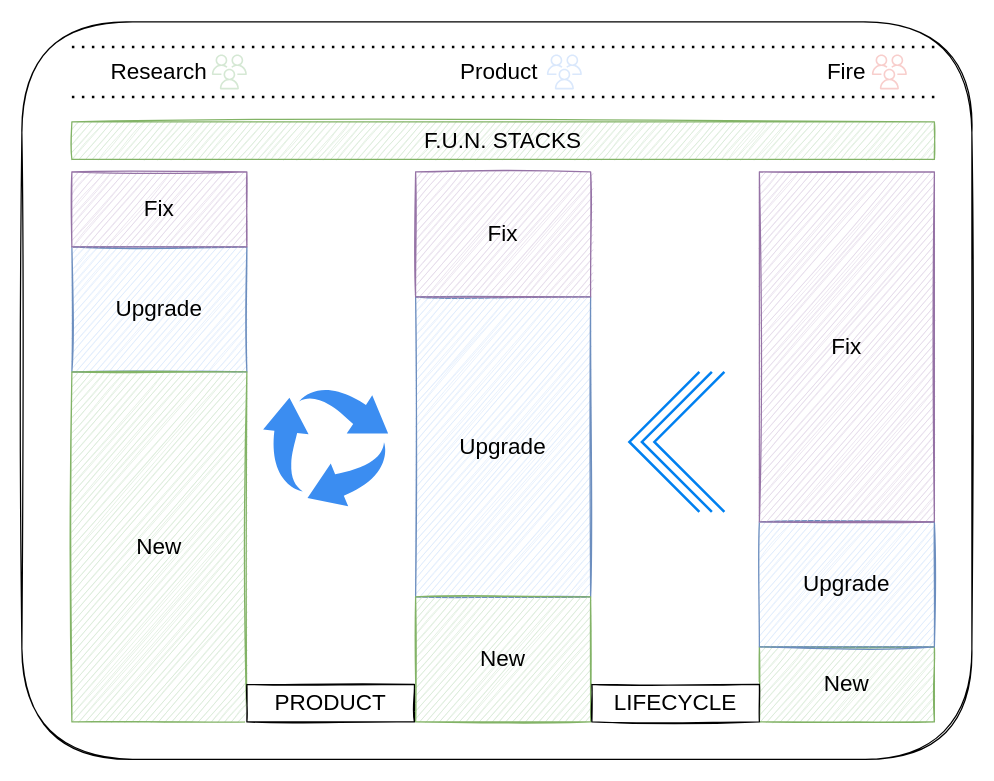
This is page "funplan" (2 of 5) of images/racexp.drawio from nirv-ai/racexp, a draw.io file, before an edit. Source tidied: cells renumbered, new cells numbered last; positions are measured from the earlier drawing's top-left corner, leaving out a move shared by most shapes. Both pictures are drawn from the tidied source at 125%, with x=0, y=0 at pixel (21, 21).
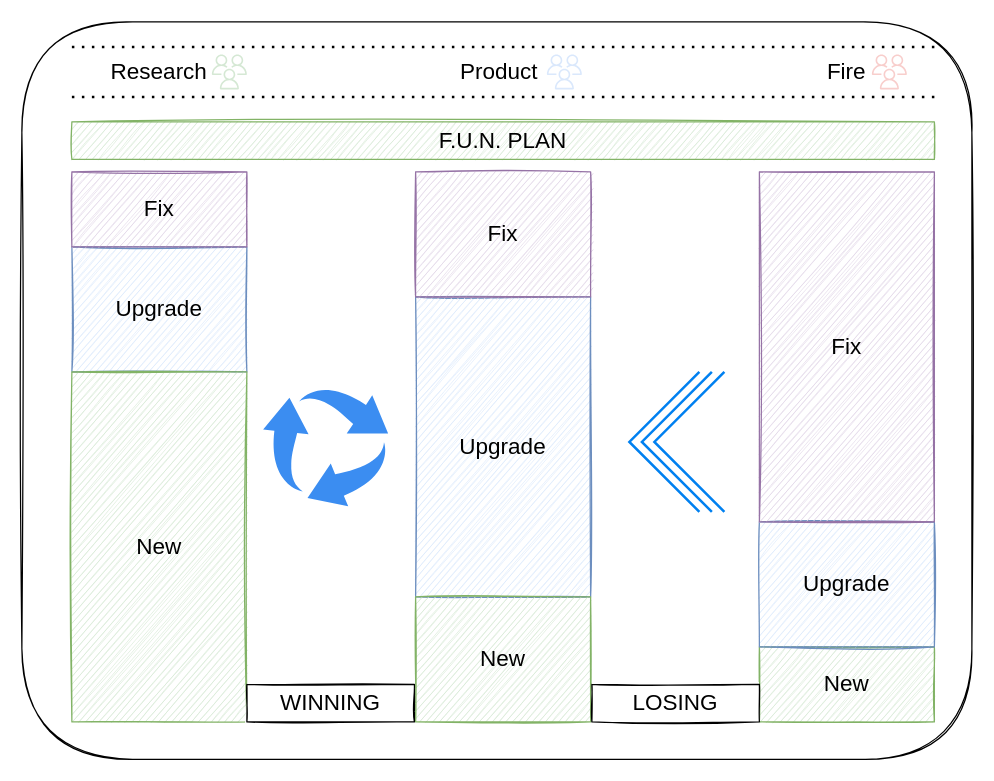
The same diagram, later.

The edit, as a diff of the source:
```diff
@@
-    <mxCell id="18" value="F.U.N. STACKS" style="rounded=0;whiteSpace=wrap;html=1;sketch=1;fontSize=18;fillColor=#d5e8d4;strokeColor=#82b366;" parent="1" vertex="1">
+    <mxCell id="18" value="F.U.N. PLAN" style="rounded=0;whiteSpace=wrap;html=1;sketch=1;fontSize=18;fillColor=#d5e8d4;strokeColor=#82b366;" parent="1" vertex="1">
       <mxGeometry x="40" y="80" width="690" height="30" as="geometry" />
     </mxCell>
-    <mxCell id="19" value="PRODUCT" style="rounded=0;whiteSpace=wrap;html=1;sketch=1;fontSize=18;" parent="1" vertex="1">
+    <mxCell id="19" value="WINNING" style="rounded=0;whiteSpace=wrap;html=1;sketch=1;fontSize=18;" parent="1" vertex="1">
       <mxGeometry x="180" y="530" width="134" height="30" as="geometry" />
     </mxCell>
@@
-    <mxCell id="21" value="LIFECYCLE" style="rounded=0;whiteSpace=wrap;html=1;sketch=1;fontSize=18;" parent="1" vertex="1">
+    <mxCell id="21" value="LOSING" style="rounded=0;whiteSpace=wrap;html=1;sketch=1;fontSize=18;" parent="1" vertex="1">
       <mxGeometry x="456" y="530" width="134" height="30" as="geometry" />
     </mxCell>
```
